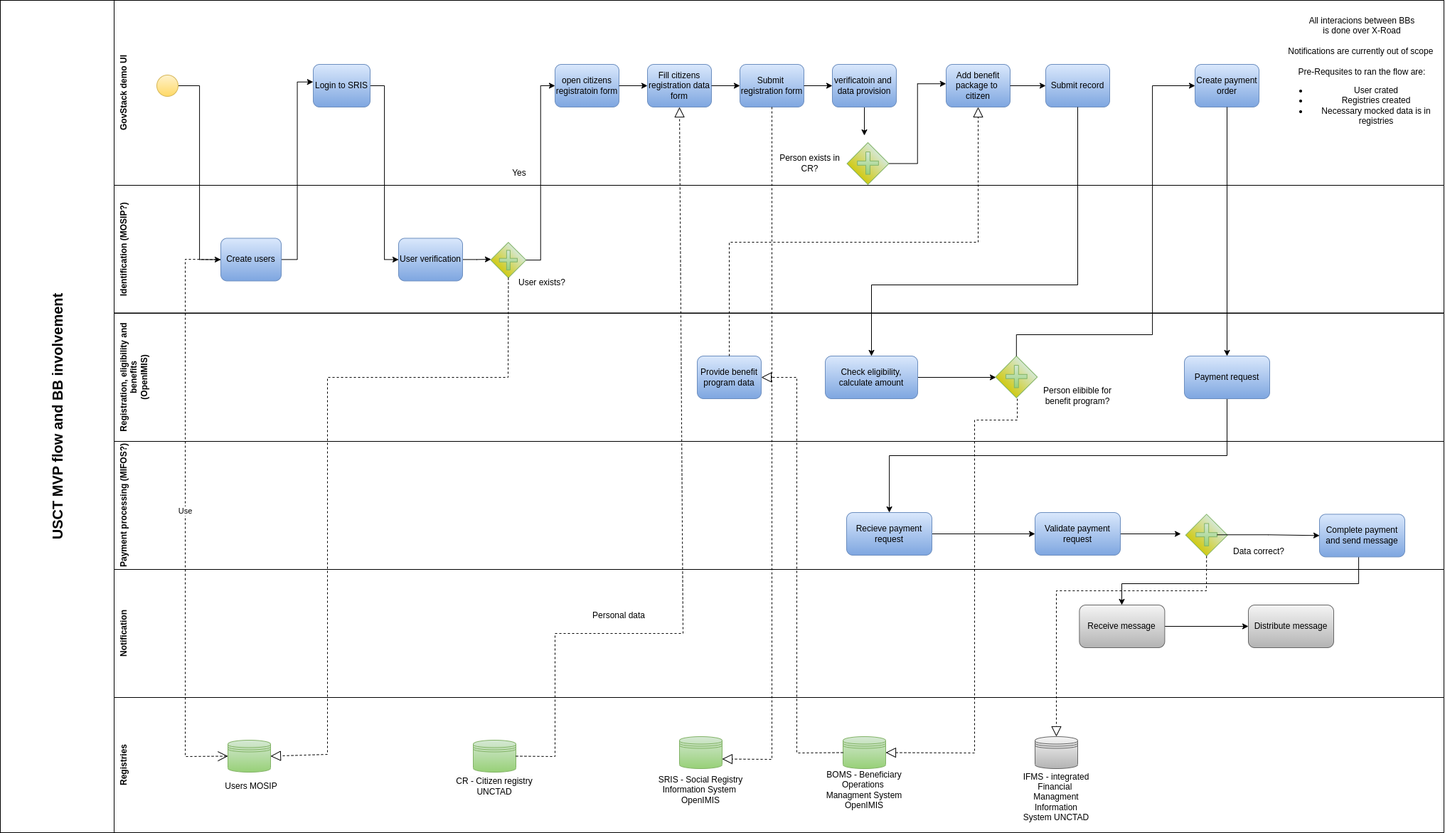
Above: spec/.gitbook/assets/happy-flow.png in GovStackWorkingGroup/sandbox (draw.io), before the change. Source tidied: cells renumbered, new cells last; positions are measured from the earlier drawing's top-left corner, leaving out a move shared by most shapes.
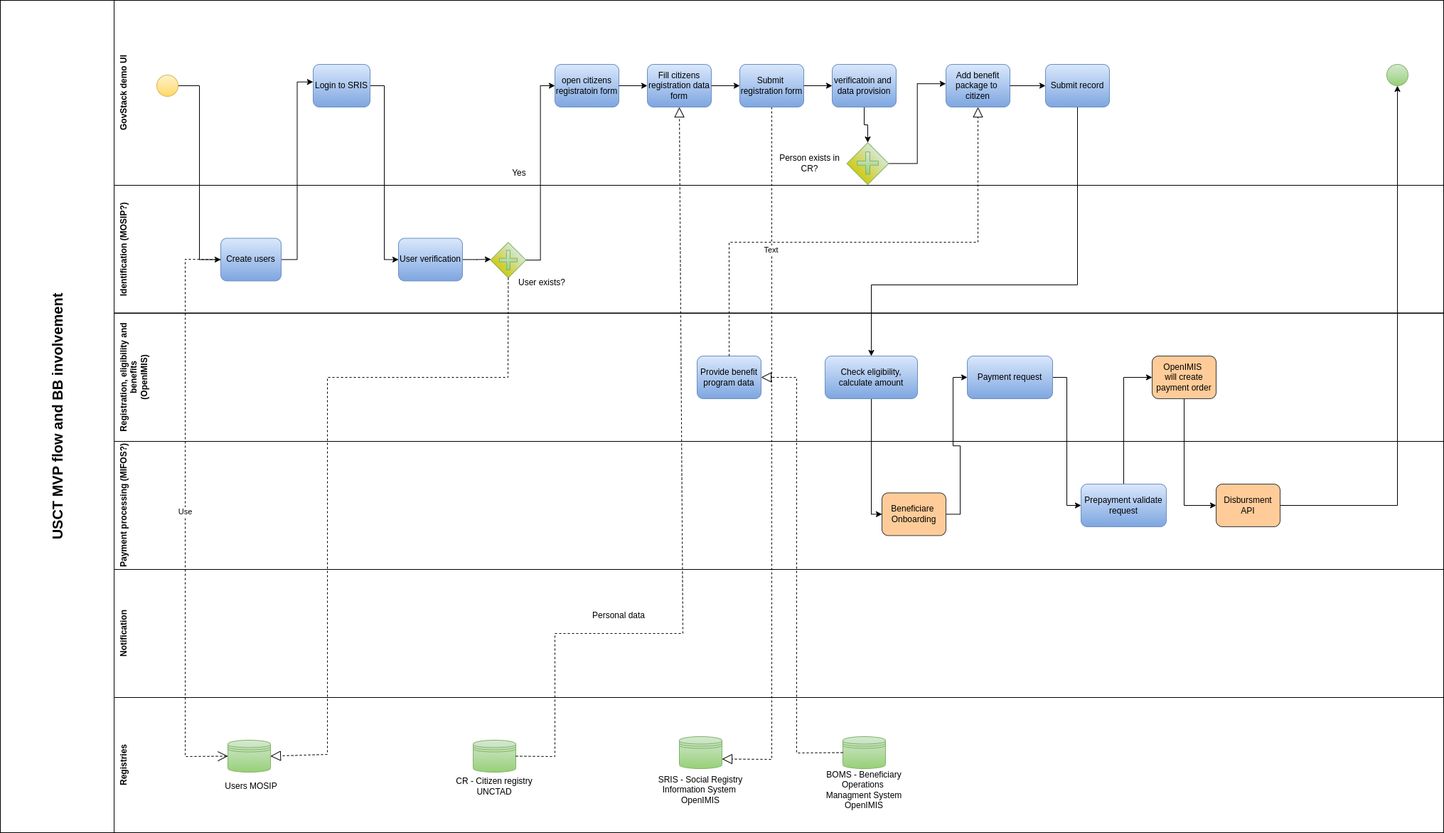
The same diagram one commit later.

What changed in the source:
```diff
@@ -42,11 +42,7 @@
     </mxCell>
-    <mxCell id="14" style="edgeStyle=orthogonalEdgeStyle;rounded=0;jettySize=auto;html=1;" parent="1" edge="1" source="15" target="16">
-      <mxGeometry relative="1" as="geometry" />
+    <mxCell id="14" style="edgeStyle=orthogonalEdgeStyle;rounded=0;orthogonalLoop=1;jettySize=auto;html=1;" parent="1" edge="1">
+      <mxGeometry relative="1" as="geometry">
+        <mxPoint x="1637.4" y="880" as="sourcePoint" />
+      </mxGeometry>
     </mxCell>
-    <mxCell id="15" value="Receive message" style="rounded=1;whiteSpace=wrap;html=1;fillColor=#f5f5f5;gradientColor=#b3b3b3;strokeColor=#666666;" parent="1" vertex="1">
-      <mxGeometry x="1517.4" y="850" width="120" height="60" as="geometry" />
-    </mxCell>
-    <mxCell id="16" value="Distribute message" style="rounded=1;whiteSpace=wrap;html=1;fillColor=#f5f5f5;gradientColor=#b3b3b3;strokeColor=#666666;" parent="1" vertex="1">
-      <mxGeometry x="1755" y="850" width="120" height="60" as="geometry" />
-    </mxCell>
     <mxCell id="17" style="group;" parent="1" vertex="1">
@@ -78,39 +74,8 @@
     </mxCell>
-    <mxCell id="24" style="edgeStyle=orthogonalEdgeStyle;rounded=0;jettySize=auto;html=1;entryX=0;entryY=0.5;entryDx=0;entryDy=0;" parent="1" edge="1" source="25" target="27">
-      <mxGeometry relative="1" as="geometry" />
-    </mxCell>
-    <mxCell id="25" value="Recieve payment&lt;br&gt;request" style="rounded=1;whiteSpace=wrap;html=1;fillColor=#dae8fc;gradientColor=#7ea6e0;strokeColor=#6c8ebf;" parent="1" vertex="1">
-      <mxGeometry x="1190" y="720" width="120" height="60" as="geometry" />
-    </mxCell>
-    <mxCell id="26" style="edgeStyle=orthogonalEdgeStyle;rounded=0;jettySize=auto;html=1;" parent="1" edge="1" source="27">
-      <mxGeometry relative="1" as="geometry">
-        <mxPoint x="1660" y="750" as="targetPoint" />
-      </mxGeometry>
-    </mxCell>
+    <mxCell id="95" style="edgeStyle=orthogonalEdgeStyle;rounded=0;jettySize=auto;html=1;entryX=0;entryY=0.5;entryDx=0;entryDy=0;" parent="1" edge="1" source="27" target="102">
+      <mxGeometry relative="1" as="geometry" />
+    </mxCell>
-    <mxCell id="27" value="Validate payment request" style="rounded=1;whiteSpace=wrap;html=1;fillColor=#dae8fc;gradientColor=#7ea6e0;strokeColor=#6c8ebf;" parent="1" vertex="1">
-      <mxGeometry x="1455" y="720" width="120" height="60" as="geometry" />
+    <mxCell id="27" value="Prepayment validate request" style="rounded=1;whiteSpace=wrap;html=1;fillColor=#dae8fc;gradientColor=#7ea6e0;strokeColor=#6c8ebf;" parent="1" vertex="1">
+      <mxGeometry x="1520" y="680" width="120" height="60" as="geometry" />
     </mxCell>
-    <mxCell id="28" style="group;" parent="1" vertex="1">
-      <mxGeometry x="1667.4" y="722.4" width="57.6" height="57.6" as="geometry" />
-    </mxCell>
-    <mxCell id="29" style="whiteSpace=wrap;html=1;rotation=45;fillColor=#D5E8D4;gradientColor=#D0CA15;strokeColor=#82b366;" parent="28" vertex="1">
-      <mxGeometry x="8" y="8.6" width="41.6" height="41.6" as="geometry" />
-    </mxCell>
-    <mxCell id="30" style="shape=cross;whiteSpace=wrap;html=1;fillColor=#d5e8d4;gradientColor=#97d077;strokeColor=#82b366;" parent="28" vertex="1">
-      <mxGeometry x="13.9" y="13.1" width="29.7" height="31.5" as="geometry" />
-    </mxCell>
-    <mxCell id="31" value="Data correct?" style="text;html=1;strokeColor=none;fillColor=none;align=center;verticalAlign=middle;whiteSpace=wrap;rounded=0;" parent="1" vertex="1">
-      <mxGeometry x="1725" y="760" width="90" height="30" as="geometry" />
-    </mxCell>
-    <mxCell id="32" style="edgeStyle=orthogonalEdgeStyle;rounded=0;jettySize=auto;html=1;" parent="1" edge="1" source="33" target="15">
-      <mxGeometry relative="1" as="geometry">
-        <Array as="points">
-          <mxPoint x="1910" y="820" />
-          <mxPoint x="1577" y="820" />
-        </Array>
-      </mxGeometry>
-    </mxCell>
-    <mxCell id="33" value="Complete payment and send message" style="rounded=1;whiteSpace=wrap;html=1;fillColor=#dae8fc;gradientColor=#7ea6e0;strokeColor=#6c8ebf;" parent="1" vertex="1">
-      <mxGeometry x="1855" y="722.4" width="120" height="60" as="geometry" />
-    </mxCell>
     <mxCell id="34" value="Use" style="endArrow=open;endSize=12;dashed=1;html=1;rounded=0;exitX=0;exitY=0.5;exitDx=0;exitDy=0;entryX=0;entryY=0.5;entryDx=0;entryDy=0;" parent="1" edge="1" source="59" target="69">
@@ -124,63 +89,2 @@
     </mxCell>
-    <mxCell id="35" style="edgeStyle=orthogonalEdgeStyle;rounded=0;jettySize=auto;html=1;" parent="1" edge="1" source="30" target="33">
-      <mxGeometry relative="1" as="geometry" />
-    </mxCell>
-    <mxCell id="36" style="endArrow=block;dashed=1;endFill=0;endSize=12;html=1;rounded=0;entryX=0.5;entryY=0;entryDx=0;entryDy=0;exitX=1;exitY=1;exitDx=0;exitDy=0;" parent="1" edge="1" source="29" target="71">
-      <mxGeometry relative="1" as="geometry">
-        <Array as="points">
-          <mxPoint x="1696" y="830" />
-          <mxPoint x="1485" y="830" />
-        </Array>
-      </mxGeometry>
-    </mxCell>
-    <mxCell id="37" style="group;" parent="1" vertex="1">
-      <mxGeometry x="220" y="90" width="1810" height="100" as="geometry" />
-    </mxCell>
-    <mxCell id="38" style="ellipse;whiteSpace=wrap;html=1;fillColor=#fff2cc;gradientColor=#ffd966;strokeColor=#d6b656;" parent="37" vertex="1">
-      <mxGeometry y="15" width="30" height="30" as="geometry" />
-    </mxCell>
-    <mxCell id="39" value="Login to SRIS" style="rounded=1;whiteSpace=wrap;html=1;fillColor=#dae8fc;gradientColor=#7ea6e0;strokeColor=#6c8ebf;" parent="37" vertex="1">
-      <mxGeometry x="220" width="80" height="60" as="geometry" />
-    </mxCell>
-    <mxCell id="40" value="open citizens&lt;br&gt;registratoin form" style="rounded=1;whiteSpace=wrap;html=1;fillColor=#dae8fc;gradientColor=#7ea6e0;strokeColor=#6c8ebf;" parent="37" vertex="1">
-      <mxGeometry x="560" width="90" height="60" as="geometry" />
-    </mxCell>
-    <mxCell id="41" value="Fill citizens registration data form" style="rounded=1;whiteSpace=wrap;html=1;fillColor=#dae8fc;gradientColor=#7ea6e0;strokeColor=#6c8ebf;" parent="37" vertex="1">
-      <mxGeometry x="690" width="90" height="60" as="geometry" />
-    </mxCell>
-    <mxCell id="42" style="edgeStyle=orthogonalEdgeStyle;rounded=0;jettySize=auto;html=1;" parent="37" edge="1" source="40" target="41">
-      <mxGeometry relative="1" as="geometry" />
-    </mxCell>
-    <mxCell id="43" value="Submit&amp;nbsp;&lt;br&gt;registration form" style="rounded=1;whiteSpace=wrap;html=1;fillColor=#dae8fc;gradientColor=#7ea6e0;strokeColor=#6c8ebf;" parent="37" vertex="1">
-      <mxGeometry x="820" width="90" height="60" as="geometry" />
-    </mxCell>
-    <mxCell id="44" style="edgeStyle=orthogonalEdgeStyle;rounded=0;jettySize=auto;html=1;" parent="37" edge="1" source="41" target="43">
-      <mxGeometry relative="1" as="geometry" />
-    </mxCell>
-    <mxCell id="45" style="edgeStyle=orthogonalEdgeStyle;rounded=0;jettySize=auto;html=1;" parent="37" edge="1" source="46">
-      <mxGeometry relative="1" as="geometry">
-        <mxPoint x="995" y="100" as="targetPoint" />
-      </mxGeometry>
-    </mxCell>
-    <mxCell id="46" value="verificatoin and&amp;nbsp;&lt;br&gt;data provision" style="rounded=1;whiteSpace=wrap;html=1;fillColor=#dae8fc;gradientColor=#7ea6e0;strokeColor=#6c8ebf;" parent="37" vertex="1">
-      <mxGeometry x="950" width="90" height="60" as="geometry" />
-    </mxCell>
-    <mxCell id="47" style="edgeStyle=orthogonalEdgeStyle;rounded=0;jettySize=auto;html=1;" parent="37" edge="1" source="43" target="46">
-      <mxGeometry relative="1" as="geometry" />
-    </mxCell>
-    <mxCell id="48" value="Add benefit&lt;br&gt;package to&amp;nbsp;&lt;br&gt;citizen" style="rounded=1;whiteSpace=wrap;html=1;fillColor=#dae8fc;gradientColor=#7ea6e0;strokeColor=#6c8ebf;" parent="37" vertex="1">
-      <mxGeometry x="1110" width="90" height="60" as="geometry" />
-    </mxCell>
-    <mxCell id="49" value="Submit record" style="rounded=1;whiteSpace=wrap;html=1;fillColor=#dae8fc;gradientColor=#7ea6e0;strokeColor=#6c8ebf;" parent="37" vertex="1">
-      <mxGeometry x="1250" width="90" height="60" as="geometry" />
-    </mxCell>
-    <mxCell id="50" style="edgeStyle=orthogonalEdgeStyle;rounded=0;jettySize=auto;html=1;entryX=0;entryY=0.5;entryDx=0;entryDy=0;" parent="37" edge="1" source="48" target="49">
-      <mxGeometry relative="1" as="geometry" />
-    </mxCell>
-    <mxCell id="51" value="Create payment&lt;br&gt;order" style="rounded=1;whiteSpace=wrap;html=1;fillColor=#dae8fc;gradientColor=#7ea6e0;strokeColor=#6c8ebf;" parent="37" vertex="1">
-      <mxGeometry x="1460" width="90" height="60" as="geometry" />
-    </mxCell>
-    <mxCell id="52" value="All interacions between BBs&lt;br&gt;is done over X-Road&lt;br&gt;&lt;br&gt;Notifications are currently out of scope&amp;nbsp;&lt;br&gt;&lt;br&gt;Pre-Requsites to ran the flow are:&lt;br&gt;&lt;ul&gt;&lt;li&gt;User crated&lt;/li&gt;&lt;li&gt;Registries created&lt;/li&gt;&lt;li&gt;Necessary mocked data is in registries&lt;/li&gt;&lt;/ul&gt;" style="text;html=1;strokeColor=none;fillColor=none;align=center;verticalAlign=middle;whiteSpace=wrap;rounded=0;" parent="37" vertex="1">
-      <mxGeometry x="1580" width="230" height="30" as="geometry" />
-    </mxCell>
     <mxCell id="53" style="group;" parent="1" vertex="1">
@@ -239,8 +143,2 @@
     </mxCell>
-    <mxCell id="71" style="shape=datastore;whiteSpace=wrap;html=1;fillColor=#f5f5f5;gradientColor=#b3b3b3;strokeColor=#666666;" parent="1" vertex="1">
-      <mxGeometry x="1455" y="1035" width="60" height="45" as="geometry" />
-    </mxCell>
-    <mxCell id="72" value="IFMS - integrated&lt;br&gt;Financial&amp;nbsp;&lt;br&gt;Managment&lt;br&gt;Information&lt;br&gt;System UNCTAD" style="text;html=1;strokeColor=none;fillColor=none;align=center;verticalAlign=middle;whiteSpace=wrap;rounded=0;" parent="1" vertex="1">
-      <mxGeometry x="1410" y="1105" width="150" height="30" as="geometry" />
-    </mxCell>
     <mxCell id="73" style="group;" parent="1" vertex="1">
@@ -266,7 +164,9 @@
     </mxCell>
-    <mxCell id="78" style="edgeStyle=orthogonalEdgeStyle;rounded=0;jettySize=auto;html=1;" parent="1" edge="1" source="79">
-      <mxGeometry relative="1" as="geometry">
-        <mxPoint x="1400" y="530" as="targetPoint" />
-      </mxGeometry>
-    </mxCell>
+    <mxCell id="96" style="edgeStyle=orthogonalEdgeStyle;rounded=0;jettySize=auto;html=1;entryX=0;entryY=0.5;entryDx=0;entryDy=0;" parent="1" edge="1" source="79" target="100">
+      <mxGeometry relative="1" as="geometry">
+        <Array as="points">
+          <mxPoint x="1225" y="722" />
+        </Array>
+      </mxGeometry>
+    </mxCell>
     <mxCell id="79" value="Check eligibility,&lt;br&gt;calculate amount" style="rounded=1;whiteSpace=wrap;html=1;fillColor=#dae8fc;gradientColor=#7ea6e0;strokeColor=#6c8ebf;" parent="1" vertex="1">
@@ -274,28 +174,8 @@
     </mxCell>
-    <mxCell id="80" style="edgeStyle=orthogonalEdgeStyle;rounded=0;jettySize=auto;html=1;" parent="1" edge="1" source="81" target="25">
-      <mxGeometry relative="1" as="geometry">
-        <Array as="points">
-          <mxPoint x="1725" y="640" />
-          <mxPoint x="1250" y="640" />
-        </Array>
-      </mxGeometry>
-    </mxCell>
+    <mxCell id="97" style="edgeStyle=orthogonalEdgeStyle;rounded=0;jettySize=auto;html=1;entryX=0;entryY=0.5;entryDx=0;entryDy=0;" parent="1" edge="1" source="81" target="27">
+      <mxGeometry relative="1" as="geometry" />
+    </mxCell>
     <mxCell id="81" value="Payment request" style="rounded=1;whiteSpace=wrap;html=1;fillColor=#dae8fc;gradientColor=#7ea6e0;strokeColor=#6c8ebf;" parent="1" vertex="1">
-      <mxGeometry x="1665" y="500" width="120" height="60" as="geometry" />
+      <mxGeometry x="1360" y="500" width="120" height="60" as="geometry" />
     </mxCell>
-    <mxCell id="82" style="group;" parent="1" vertex="1">
-      <mxGeometry x="1400" y="500" width="180" height="71.2" as="geometry" />
-    </mxCell>
-    <mxCell id="83" style="group;" parent="82" vertex="1">
-      <mxGeometry width="57.6" height="57.6" as="geometry" />
-    </mxCell>
-    <mxCell id="84" style="whiteSpace=wrap;html=1;rotation=45;fillColor=#D5E8D4;gradientColor=#D0CA15;strokeColor=#82b366;" parent="83" vertex="1">
-      <mxGeometry x="8" y="8.6" width="41.6" height="41.6" as="geometry" />
-    </mxCell>
-    <mxCell id="85" style="shape=cross;whiteSpace=wrap;html=1;fillColor=#d5e8d4;gradientColor=#97d077;strokeColor=#82b366;" parent="83" vertex="1">
-      <mxGeometry x="13.9" y="13.1" width="29.7" height="31.5" as="geometry" />
-    </mxCell>
-    <mxCell id="86" value="Person elibible for benefit program?" style="text;html=1;strokeColor=none;fillColor=none;align=center;verticalAlign=middle;whiteSpace=wrap;rounded=0;" parent="82" vertex="1">
-      <mxGeometry x="50" y="40" width="130" height="31.2" as="geometry" />
-    </mxCell>
     <mxCell id="87" style="endArrow=block;dashed=1;endFill=0;endSize=12;html=1;rounded=0;exitX=0.5;exitY=0;exitDx=0;exitDy=0;entryX=0.5;entryY=1;entryDx=0;entryDy=0;" parent="1" edge="1" source="77" target="48">
@@ -316,14 +196,2 @@
     </mxCell>
-    <mxCell id="89" style="edgeStyle=orthogonalEdgeStyle;rounded=0;jettySize=auto;html=1;entryX=0;entryY=0.5;entryDx=0;entryDy=0;" parent="1" edge="1" source="84" target="51">
-      <mxGeometry relative="1" as="geometry">
-        <Array as="points">
-          <mxPoint x="1429" y="470" />
-          <mxPoint x="1620" y="470" />
-          <mxPoint x="1620" y="120" />
-        </Array>
-      </mxGeometry>
-    </mxCell>
-    <mxCell id="90" style="edgeStyle=orthogonalEdgeStyle;rounded=0;jettySize=auto;html=1;" parent="1" edge="1" source="51" target="81">
-      <mxGeometry relative="1" as="geometry" />
-    </mxCell>
     <mxCell id="91" style="endArrow=block;dashed=1;endFill=0;endSize=12;html=1;rounded=0;exitX=0.5;exitY=1;exitDx=0;exitDy=0;entryX=1;entryY=0.7;entryDx=0;entryDy=0;" parent="1" edge="1" source="43" target="74">
@@ -335,2 +203,5 @@
     </mxCell>
+    <mxCell id="98" value="Text" style="edgeLabel;html=1;align=center;verticalAlign=middle;" parent="91" vertex="1">
+      <mxGeometry x="-0.59" y="-2" relative="1" as="geometry" />
+    </mxCell>
     <mxCell id="92" style="endArrow=block;dashed=1;endFill=0;endSize=12;html=1;rounded=0;exitX=0;exitY=0.5;exitDx=0;exitDy=0;entryX=1;entryY=0.5;entryDx=0;entryDy=0;" parent="1" edge="1" source="63" target="77">
@@ -343,12 +214,2 @@
     </mxCell>
-    <mxCell id="93" style="endArrow=block;dashed=1;endFill=0;endSize=12;html=1;rounded=0;entryX=1;entryY=0.5;entryDx=0;entryDy=0;" parent="1" edge="1" target="63">
-      <mxGeometry relative="1" as="geometry">
-        <mxPoint x="1430" y="560" as="sourcePoint" />
-        <Array as="points">
-          <mxPoint x="1430" y="590" />
-          <mxPoint x="1370" y="590" />
-          <mxPoint x="1370" y="1058" />
-        </Array>
-      </mxGeometry>
-    </mxCell>
     <mxCell id="94" value="Personal data" style="text;html=1;strokeColor=none;fillColor=none;align=center;verticalAlign=middle;whiteSpace=wrap;rounded=0;" parent="1" vertex="1">
@@ -356,2 +217,62 @@
     </mxCell>
+    <mxCell id="38" style="ellipse;whiteSpace=wrap;html=1;fillColor=#fff2cc;gradientColor=#ffd966;strokeColor=#d6b656;" parent="1" vertex="1">
+      <mxGeometry x="220" y="105" width="30" height="30" as="geometry" />
+    </mxCell>
+    <mxCell id="39" value="Login to SRIS" style="rounded=1;whiteSpace=wrap;html=1;fillColor=#dae8fc;gradientColor=#7ea6e0;strokeColor=#6c8ebf;" parent="1" vertex="1">
+      <mxGeometry x="440" y="90" width="80" height="60" as="geometry" />
+    </mxCell>
+    <mxCell id="40" value="open citizens&lt;br&gt;registratoin form" style="rounded=1;whiteSpace=wrap;html=1;fillColor=#dae8fc;gradientColor=#7ea6e0;strokeColor=#6c8ebf;" parent="1" vertex="1">
+      <mxGeometry x="780" y="90" width="90" height="60" as="geometry" />
+    </mxCell>
+    <mxCell id="41" value="Fill citizens registration data form" style="rounded=1;whiteSpace=wrap;html=1;fillColor=#dae8fc;gradientColor=#7ea6e0;strokeColor=#6c8ebf;" parent="1" vertex="1">
+      <mxGeometry x="910" y="90" width="90" height="60" as="geometry" />
+    </mxCell>
+    <mxCell id="42" style="edgeStyle=orthogonalEdgeStyle;rounded=0;jettySize=auto;html=1;" parent="1" edge="1" source="40" target="41">
+      <mxGeometry relative="1" as="geometry" />
+    </mxCell>
+    <mxCell id="43" value="Submit&amp;nbsp;&lt;br&gt;registration form" style="rounded=1;whiteSpace=wrap;html=1;fillColor=#dae8fc;gradientColor=#7ea6e0;strokeColor=#6c8ebf;" parent="1" vertex="1">
+      <mxGeometry x="1040" y="90" width="90" height="60" as="geometry" />
+    </mxCell>
+    <mxCell id="44" style="edgeStyle=orthogonalEdgeStyle;rounded=0;jettySize=auto;html=1;" parent="1" edge="1" source="41" target="43">
+      <mxGeometry relative="1" as="geometry" />
+    </mxCell>
+    <mxCell id="45" style="edgeStyle=orthogonalEdgeStyle;rounded=0;jettySize=auto;html=1;entryX=0;entryY=0;entryDx=0;entryDy=0;" parent="1" edge="1" source="46" target="55">
+      <mxGeometry relative="1" as="geometry" />
+    </mxCell>
+    <mxCell id="46" value="verificatoin and&amp;nbsp;&lt;br&gt;data provision" style="rounded=1;whiteSpace=wrap;html=1;fillColor=#dae8fc;gradientColor=#7ea6e0;strokeColor=#6c8ebf;" parent="1" vertex="1">
+      <mxGeometry x="1170" y="90" width="90" height="60" as="geometry" />
+    </mxCell>
+    <mxCell id="47" style="edgeStyle=orthogonalEdgeStyle;rounded=0;jettySize=auto;html=1;" parent="1" edge="1" source="43" target="46">
+      <mxGeometry relative="1" as="geometry" />
+    </mxCell>
+    <mxCell id="48" value="Add benefit&lt;br&gt;package to&amp;nbsp;&lt;br&gt;citizen" style="rounded=1;whiteSpace=wrap;html=1;fillColor=#dae8fc;gradientColor=#7ea6e0;strokeColor=#6c8ebf;" parent="1" vertex="1">
+      <mxGeometry x="1330" y="90" width="90" height="60" as="geometry" />
+    </mxCell>
+    <mxCell id="49" value="Submit record" style="rounded=1;whiteSpace=wrap;html=1;fillColor=#dae8fc;gradientColor=#7ea6e0;strokeColor=#6c8ebf;" parent="1" vertex="1">
+      <mxGeometry x="1470" y="90" width="90" height="60" as="geometry" />
+    </mxCell>
+    <mxCell id="50" style="edgeStyle=orthogonalEdgeStyle;rounded=0;jettySize=auto;html=1;entryX=0;entryY=0.5;entryDx=0;entryDy=0;" parent="1" edge="1" source="48" target="49">
+      <mxGeometry relative="1" as="geometry" />
+    </mxCell>
+    <mxCell id="99" style="edgeStyle=orthogonalEdgeStyle;rounded=0;jettySize=auto;html=1;entryX=0;entryY=0.5;entryDx=0;entryDy=0;" parent="1" edge="1" source="100" target="81">
+      <mxGeometry relative="1" as="geometry" />
+    </mxCell>
+    <mxCell id="100" value="Beneficiare&amp;nbsp;&lt;br&gt;Onboarding" style="rounded=1;whiteSpace=wrap;html=1;fillColor=#ffcc99;strokeColor=#36393d;" parent="1" vertex="1">
+      <mxGeometry x="1240" y="692.4" width="90" height="60" as="geometry" />
+    </mxCell>
+    <mxCell id="101" style="edgeStyle=orthogonalEdgeStyle;rounded=0;jettySize=auto;html=1;entryX=0;entryY=0.5;entryDx=0;entryDy=0;" parent="1" edge="1" source="102" target="104">
+      <mxGeometry relative="1" as="geometry" />
+    </mxCell>
+    <mxCell id="102" value="OpenIMIS&amp;nbsp;&lt;br&gt;will create payment order" style="rounded=1;whiteSpace=wrap;html=1;fillColor=#ffcc99;strokeColor=#36393d;" parent="1" vertex="1">
+      <mxGeometry x="1620" y="500" width="90" height="60" as="geometry" />
+    </mxCell>
+    <mxCell id="103" style="edgeStyle=orthogonalEdgeStyle;rounded=0;jettySize=auto;html=1;entryX=0.5;entryY=1;entryDx=0;entryDy=0;" parent="1" edge="1" source="104" target="105">
+      <mxGeometry relative="1" as="geometry" />
+    </mxCell>
+    <mxCell id="104" value="Disbursment API" style="rounded=1;whiteSpace=wrap;html=1;fillColor=#ffcc99;strokeColor=#36393d;" parent="1" vertex="1">
+      <mxGeometry x="1710" y="680" width="90" height="60" as="geometry" />
+    </mxCell>
+    <mxCell id="105" style="ellipse;whiteSpace=wrap;html=1;fillColor=#d5e8d4;gradientColor=#97d077;strokeColor=#82b366;" parent="1" vertex="1">
+      <mxGeometry x="1950" y="90" width="30" height="30" as="geometry" />
+    </mxCell>
   </root>
```
